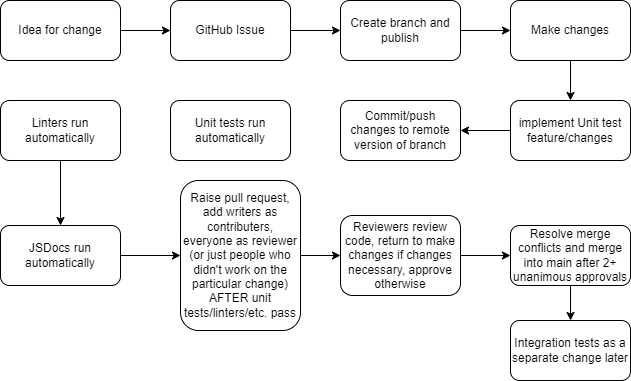
Above: admin/cipipeline/phase1.drawio.png in cse110-fa22-group25/cse110-fa22-group25 (draw.io), before the change. Source tidied: cells renumbered, new cells last; positions are measured from the earlier drawing's top-left corner, leaving out a move shared by most shapes. Source of this version:
```xml
<mxGraphModel>
  <root>
    <mxCell id="0" />
    <mxCell id="1" parent="0" />
    <mxCell id="2" value="Idea for change" style="rounded=1;whiteSpace=wrap;html=1;" parent="1" vertex="1">
      <mxGeometry width="120" height="60" as="geometry" />
    </mxCell>
    <mxCell id="3" value="GitHub Issue" style="rounded=1;whiteSpace=wrap;html=1;" parent="1" vertex="1">
      <mxGeometry x="170" width="120" height="60" as="geometry" />
    </mxCell>
    <mxCell id="4" style="endArrow=classic;html=1;exitX=1;exitY=0.5;exitDx=0;exitDy=0;entryX=0;entryY=0.5;entryDx=0;entryDy=0;" parent="1" edge="1" source="2" target="3">
      <mxGeometry relative="1" as="geometry" />
    </mxCell>
    <mxCell id="5" value="Create branch and publish" style="rounded=1;whiteSpace=wrap;html=1;" parent="1" vertex="1">
      <mxGeometry x="340" width="120" height="60" as="geometry" />
    </mxCell>
    <mxCell id="6" style="endArrow=classic;html=1;exitX=1;exitY=0.5;exitDx=0;exitDy=0;entryX=0;entryY=0.5;entryDx=0;entryDy=0;" parent="1" edge="1" source="3" target="5">
      <mxGeometry relative="1" as="geometry" />
    </mxCell>
    <mxCell id="7" style="edgeStyle=none;html=1;exitX=0.5;exitY=1;exitDx=0;exitDy=0;entryX=0.5;entryY=0;entryDx=0;entryDy=0;" parent="1" edge="1" source="8" target="11">
      <mxGeometry relative="1" as="geometry" />
    </mxCell>
    <mxCell id="8" value="Make changes" style="rounded=1;whiteSpace=wrap;html=1;" parent="1" vertex="1">
      <mxGeometry x="510" width="120" height="60" as="geometry" />
    </mxCell>
    <mxCell id="9" style="endArrow=classic;html=1;exitX=1;exitY=0.5;exitDx=0;exitDy=0;entryX=0;entryY=0.5;entryDx=0;entryDy=0;" parent="1" edge="1" source="5" target="8">
      <mxGeometry relative="1" as="geometry" />
    </mxCell>
    <mxCell id="10" style="edgeStyle=none;html=1;exitX=0;exitY=0.5;exitDx=0;exitDy=0;" parent="1" edge="1" source="11" target="12">
      <mxGeometry relative="1" as="geometry" />
    </mxCell>
    <mxCell id="11" value="implement Unit test feature/changes" style="rounded=1;whiteSpace=wrap;html=1;" parent="1" vertex="1">
      <mxGeometry x="510" y="100" width="120" height="60" as="geometry" />
    </mxCell>
    <mxCell id="12" value="Commit/push changes to remote version of branch" style="rounded=1;whiteSpace=wrap;html=1;" parent="1" vertex="1">
      <mxGeometry x="340" y="100" width="120" height="60" as="geometry" />
    </mxCell>
    <mxCell id="13" style="edgeStyle=none;html=1;exitX=1;exitY=0.5;exitDx=0;exitDy=0;entryX=0;entryY=0.5;entryDx=0;entryDy=0;" parent="1" edge="1" source="14" target="16">
      <mxGeometry relative="1" as="geometry" />
    </mxCell>
    <mxCell id="14" value="Raise pull request, add writers as contributers, everyone as reviewer (or just people who didn't work on the particular change)&lt;br&gt;AFTER unit tests/linters/etc. pass" style="rounded=1;whiteSpace=wrap;html=1;" parent="1" vertex="1">
      <mxGeometry x="180" y="180" width="120" height="150" as="geometry" />
    </mxCell>
    <mxCell id="15" style="edgeStyle=none;html=1;exitX=1;exitY=0.5;exitDx=0;exitDy=0;" parent="1" edge="1" source="16" target="18">
      <mxGeometry relative="1" as="geometry" />
    </mxCell>
    <mxCell id="16" value="Reviewers review code, return to make changes if changes necessary, approve otherwise" style="rounded=1;whiteSpace=wrap;html=1;" parent="1" vertex="1">
      <mxGeometry x="340" y="215" width="120" height="80" as="geometry" />
    </mxCell>
    <mxCell id="17" style="edgeStyle=none;html=1;exitX=0.5;exitY=1;exitDx=0;exitDy=0;entryX=0.5;entryY=0;entryDx=0;entryDy=0;" parent="1" edge="1" source="18" target="19">
      <mxGeometry relative="1" as="geometry" />
    </mxCell>
    <mxCell id="18" value="Resolve merge conflicts and merge into main after 2+ unanimous approvals" style="rounded=1;whiteSpace=wrap;html=1;" parent="1" vertex="1">
      <mxGeometry x="510" y="225" width="120" height="60" as="geometry" />
    </mxCell>
    <mxCell id="19" value="Integration tests as a separate change later" style="rounded=1;whiteSpace=wrap;html=1;" parent="1" vertex="1">
      <mxGeometry x="510" y="320" width="120" height="60" as="geometry" />
    </mxCell>
    <mxCell id="20" value="Unit tests run automatically" style="rounded=1;whiteSpace=wrap;html=1;" parent="1" vertex="1">
      <mxGeometry x="170" y="100" width="120" height="60" as="geometry" />
    </mxCell>
    <mxCell id="21" style="edgeStyle=none;html=1;exitX=0.5;exitY=1;exitDx=0;exitDy=0;entryX=0.5;entryY=0;entryDx=0;entryDy=0;" parent="1" edge="1" source="22" target="24">
      <mxGeometry relative="1" as="geometry" />
    </mxCell>
    <mxCell id="22" value="Linters run automatically" style="rounded=1;whiteSpace=wrap;html=1;" parent="1" vertex="1">
      <mxGeometry y="100" width="120" height="60" as="geometry" />
    </mxCell>
    <mxCell id="23" style="edgeStyle=none;html=1;exitX=1;exitY=0.5;exitDx=0;exitDy=0;entryX=0;entryY=0.5;entryDx=0;entryDy=0;" parent="1" edge="1" source="24" target="14">
      <mxGeometry relative="1" as="geometry" />
    </mxCell>
    <mxCell id="24" value="JSDocs run automatically" style="rounded=1;whiteSpace=wrap;html=1;" parent="1" vertex="1">
      <mxGeometry y="225" width="120" height="60" as="geometry" />
    </mxCell>
  </root>
</mxGraphModel>
```
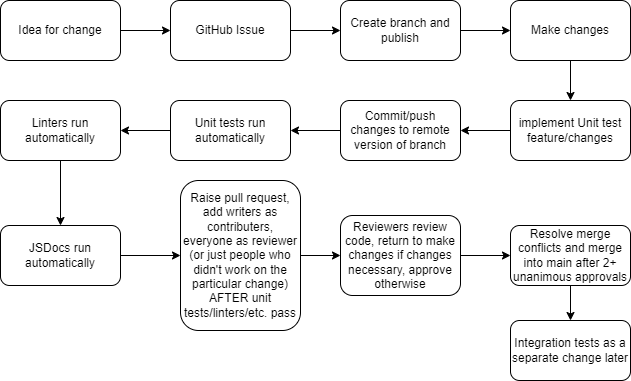
Later version of the same file.

Commit message:
phase 2 pipeline stuff

The edit, as a diff of the source:
```diff
@@ -32,6 +32,9 @@
     <mxCell id="11" value="implement Unit test feature/changes" style="rounded=1;whiteSpace=wrap;html=1;" parent="1" vertex="1">
       <mxGeometry x="510" y="100" width="120" height="60" as="geometry" />
     </mxCell>
+    <mxCell id="25" style="edgeStyle=none;html=1;exitX=0;exitY=0.5;exitDx=0;exitDy=0;entryX=1;entryY=0.5;entryDx=0;entryDy=0;" parent="1" edge="1" source="12" target="20">
+      <mxGeometry relative="1" as="geometry" />
+    </mxCell>
     <mxCell id="12" value="Commit/push changes to remote version of branch" style="rounded=1;whiteSpace=wrap;html=1;" parent="1" vertex="1">
       <mxGeometry x="340" y="100" width="120" height="60" as="geometry" />
     </mxCell>
@@ -56,6 +59,9 @@
     <mxCell id="19" value="Integration tests as a separate change later" style="rounded=1;whiteSpace=wrap;html=1;" parent="1" vertex="1">
       <mxGeometry x="510" y="320" width="120" height="60" as="geometry" />
     </mxCell>
+    <mxCell id="26" style="edgeStyle=none;html=1;exitX=0;exitY=0.5;exitDx=0;exitDy=0;entryX=1;entryY=0.5;entryDx=0;entryDy=0;" parent="1" edge="1" source="20" target="22">
+      <mxGeometry relative="1" as="geometry" />
+    </mxCell>
     <mxCell id="20" value="Unit tests run automatically" style="rounded=1;whiteSpace=wrap;html=1;" parent="1" vertex="1">
       <mxGeometry x="170" y="100" width="120" height="60" as="geometry" />
     </mxCell>
```
